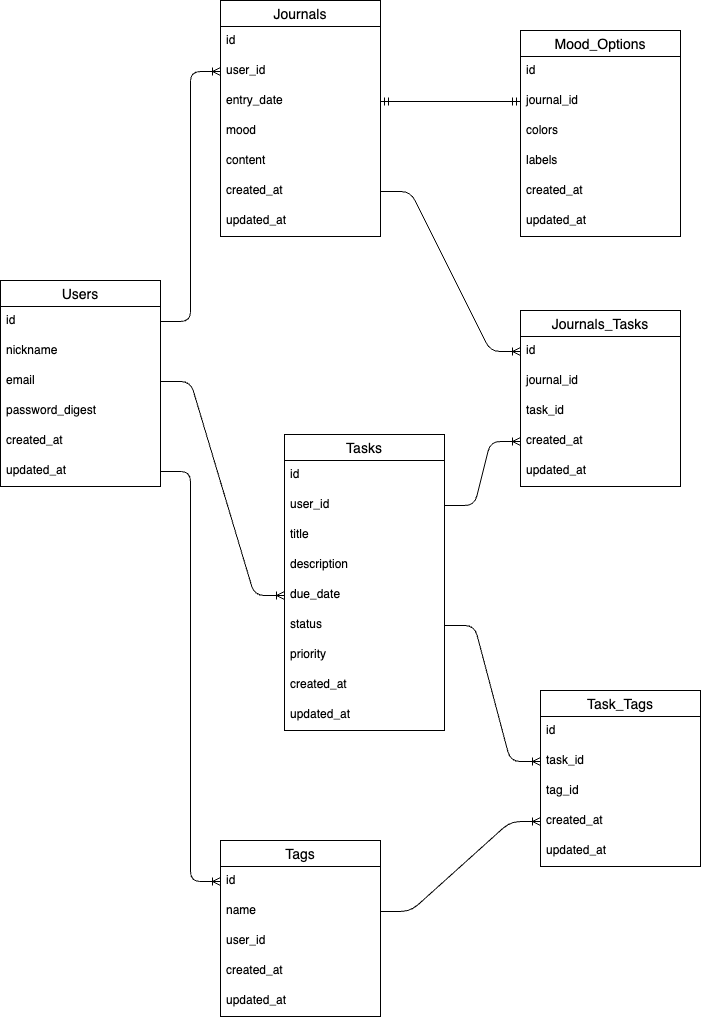
mri-na/kokoro_task keeps this draw.io diagram as ER.drawio.png. Above is the earlier version. Source tidied: cells renumbered, new cells last; positions are measured from the earlier drawing's top-left corner, leaving out a move shared by most shapes.
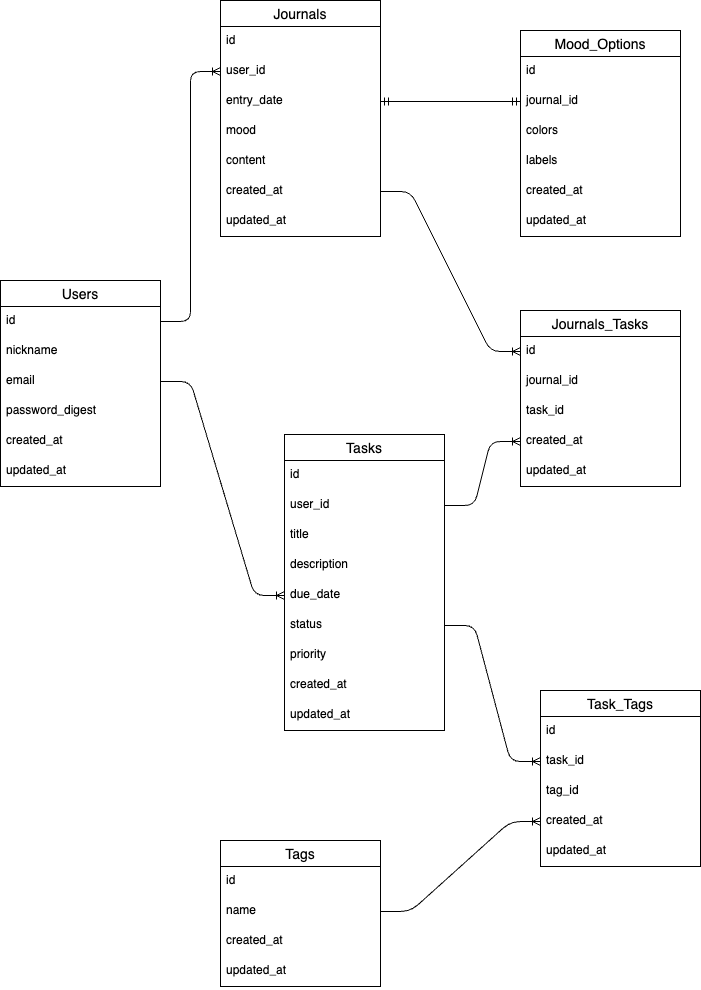
Later version of the same file.

Commit message:
アソシエーション記入

Diff of the diagram source:
```diff
@@ -99,7 +99,7 @@
       <mxGeometry y="176" width="160" height="30" as="geometry" />
     </mxCell>
     <mxCell id="34" value="Tags" style="swimlane;fontStyle=0;horizontal=1;startSize=26;align=center;fontSize=14;" parent="1" vertex="1">
-      <mxGeometry x="220" y="840" width="160" height="176" as="geometry" />
+      <mxGeometry x="220" y="840" width="160" height="146" as="geometry" />
     </mxCell>
     <mxCell id="35" value="id" style="text;strokeColor=none;fillColor=none;spacingLeft=4;spacingRight=4;overflow=hidden;points=[[0,0.5],[1,0.5]];portConstraint=eastwest;fontSize=12;" parent="34" vertex="1">
       <mxGeometry y="26" width="160" height="30" as="geometry" />
@@ -107,14 +107,11 @@
     <mxCell id="36" value="name" style="text;strokeColor=none;fillColor=none;spacingLeft=4;spacingRight=4;overflow=hidden;points=[[0,0.5],[1,0.5]];portConstraint=eastwest;fontSize=12;" parent="34" vertex="1">
       <mxGeometry y="56" width="160" height="30" as="geometry" />
     </mxCell>
-    <mxCell id="37" value="user_id" style="text;strokeColor=none;fillColor=none;spacingLeft=4;spacingRight=4;overflow=hidden;fontSize=12;" parent="34" vertex="1">
-      <mxGeometry y="86" width="160" height="30" as="geometry" />
-    </mxCell>
     <mxCell id="38" value="created_at" style="text;strokeColor=none;fillColor=none;spacingLeft=4;spacingRight=4;overflow=hidden;fontSize=12;" parent="34" vertex="1">
-      <mxGeometry y="116" width="160" height="30" as="geometry" />
+      <mxGeometry y="86" width="160" height="30" as="geometry" />
     </mxCell>
     <mxCell id="39" value="updated_at" style="text;strokeColor=none;fillColor=none;spacingLeft=4;spacingRight=4;overflow=hidden;fontSize=12;" parent="34" vertex="1">
-      <mxGeometry y="146" width="160" height="30" as="geometry" />
+      <mxGeometry y="116" width="160" height="30" as="geometry" />
     </mxCell>
     <mxCell id="40" value="Task_Tags" style="swimlane;fontStyle=0;horizontal=1;startSize=26;align=center;fontSize=14;" parent="1" vertex="1">
       <mxGeometry x="540" y="690" width="160" height="176" as="geometry" />
@@ -167,9 +164,6 @@
     <mxCell id="56" style="edgeStyle=entityRelationEdgeStyle;fontSize=12;html=1;endArrow=ERoneToMany;exitX=1;exitY=0.5;exitDx=0;exitDy=0;entryX=0;entryY=0.5;entryDx=0;entryDy=0;" parent="1" edge="1" source="19" target="53">
       <mxGeometry relative="1" as="geometry" />
     </mxCell>
-    <mxCell id="57" style="edgeStyle=entityRelationEdgeStyle;fontSize=12;html=1;endArrow=ERoneToMany;entryX=0;entryY=0.5;entryDx=0;entryDy=0;exitX=1;exitY=0.5;exitDx=0;exitDy=0;" parent="1" edge="1" source="8" target="35">
-      <mxGeometry relative="1" as="geometry" />
-    </mxCell>
     <mxCell id="58" style="edgeStyle=entityRelationEdgeStyle;fontSize=12;html=1;endArrow=ERoneToMany;exitX=1;exitY=0.5;exitDx=0;exitDy=0;entryX=0;entryY=0.5;entryDx=0;entryDy=0;" parent="1" edge="1" source="23" target="42">
       <mxGeometry relative="1" as="geometry" />
     </mxCell>
```
